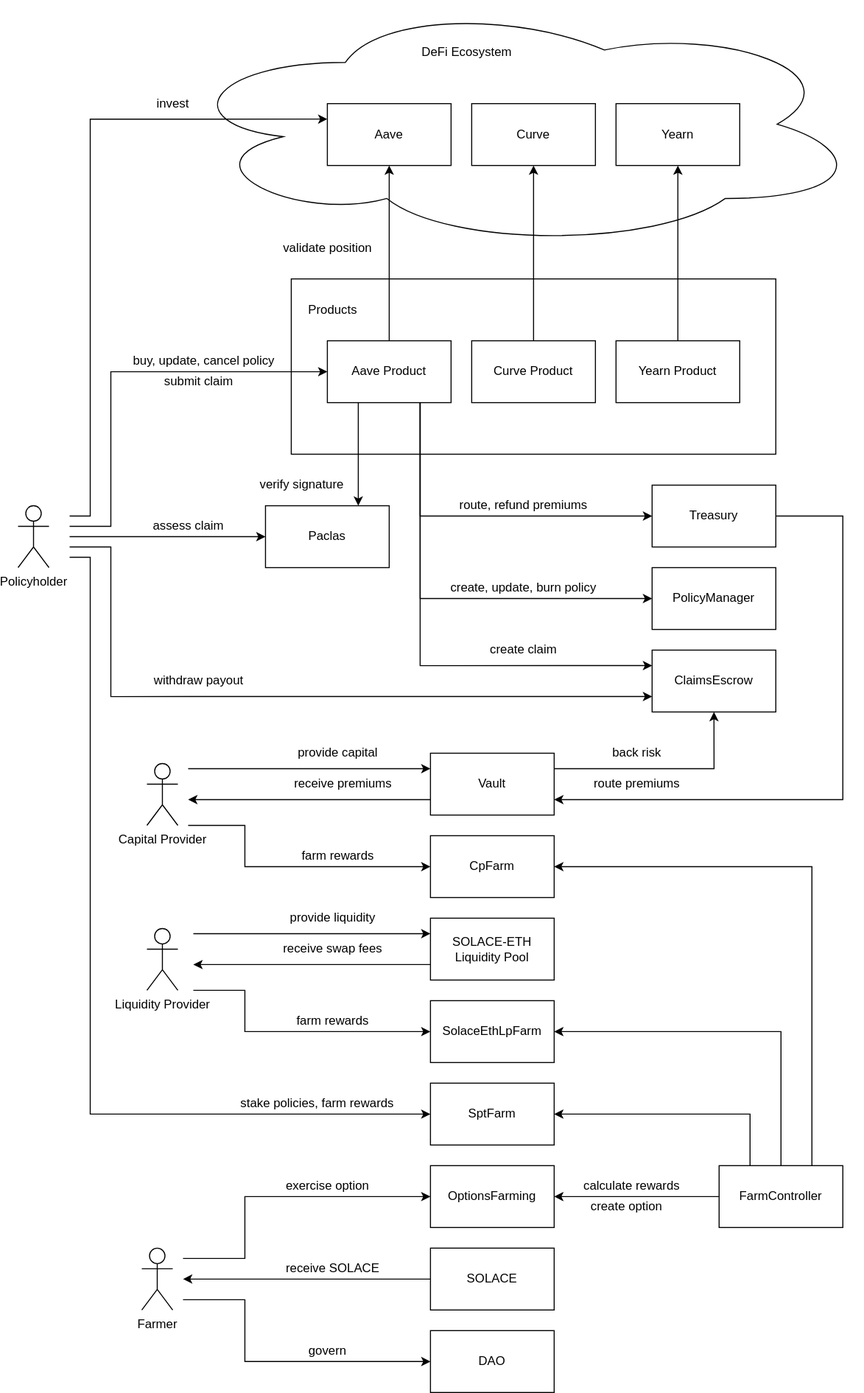
Earlier version of the draw.io export architecture_diagram.svg (solace-fi/solace-core). Source tidied: cells renumbered, new cells last; positions are measured from the earlier drawing's top-left corner, leaving out a move shared by most shapes.
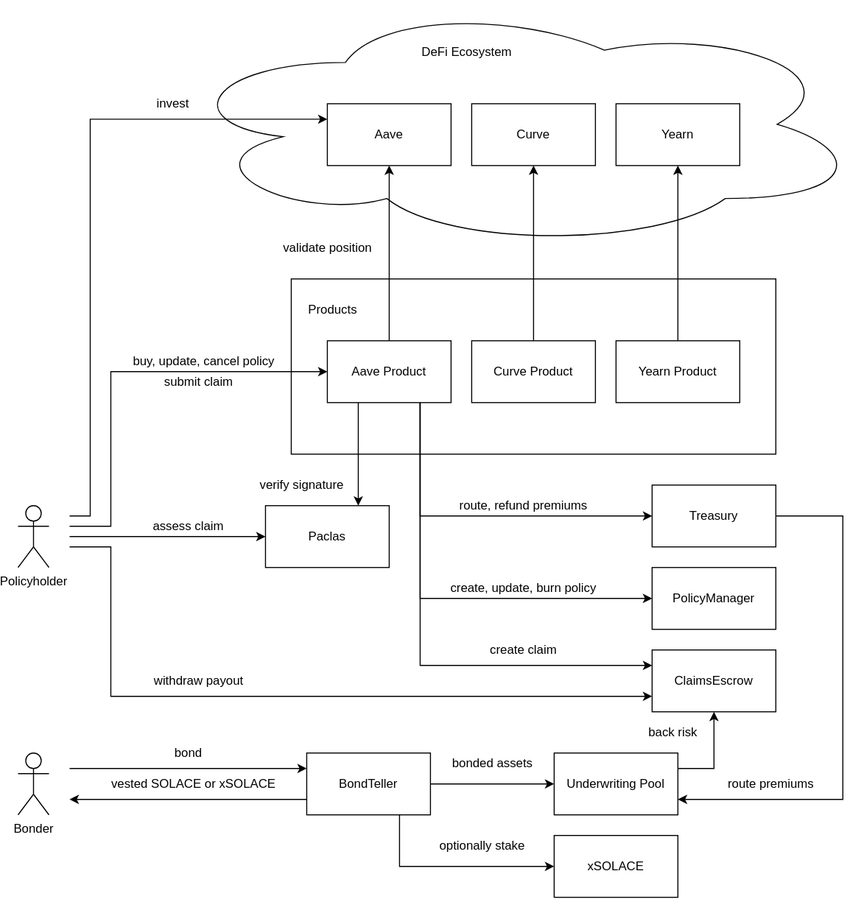
The same file after the commit.

Commit message:
chore/readme: update architecture diagram to v1.1.0

The edit, as a diff of the source:
```diff
@@ -44,15 +44,6 @@
         </Array>
       </mxGeometry>
     </mxCell>
-    <mxCell id="8" style="edgeStyle=orthogonalEdgeStyle;rounded=0;jettySize=auto;html=1;entryX=0;entryY=0.5;entryDx=0;entryDy=0;" parent="1" edge="1" target="75">
-      <mxGeometry relative="1" as="geometry">
-        <mxPoint x="50" y="540" as="sourcePoint" />
-        <Array as="points">
-          <mxPoint x="70" y="540" />
-          <mxPoint x="70" y="1080" />
-        </Array>
-      </mxGeometry>
-    </mxCell>
     <mxCell id="9" value="Policyholder" style="shape=umlActor;verticalLabelPosition=bottom;verticalAlign=top;html=1;" parent="1" vertex="1">
       <mxGeometry y="490" width="30" height="60" as="geometry" />
     </mxCell>
@@ -115,15 +106,6 @@
     <mxCell id="27" value="assess claim" style="text;html=1;align=center;verticalAlign=middle;" parent="1" vertex="1">
       <mxGeometry x="125" y="500" width="80" height="20" as="geometry" />
     </mxCell>
-    <mxCell id="28" style="edgeStyle=orthogonalEdgeStyle;rounded=0;jettySize=auto;html=1;exitX=0;exitY=0.75;exitDx=0;exitDy=0;" parent="1" edge="1" source="30">
-      <mxGeometry relative="1" as="geometry">
-        <mxPoint x="165" y="775" as="targetPoint" />
-        <Array as="points">
-          <mxPoint x="220" y="775" />
-          <mxPoint x="220" y="775" />
-        </Array>
-      </mxGeometry>
-    </mxCell>
     <mxCell id="29" style="edgeStyle=orthogonalEdgeStyle;rounded=0;jettySize=auto;html=1;exitX=1;exitY=0.25;exitDx=0;exitDy=0;entryX=0.5;entryY=1;entryDx=0;entryDy=0;" parent="1" edge="1" source="30" target="21">
       <mxGeometry relative="1" as="geometry">
         <Array as="points">
@@ -131,32 +113,23 @@
         </Array>
       </mxGeometry>
     </mxCell>
-    <mxCell id="30" value="Vault" style="rounded=0;whiteSpace=wrap;html=1;" parent="1" vertex="1">
-      <mxGeometry x="400" y="730" width="120" height="60" as="geometry" />
+    <mxCell id="30" value="Underwriting Pool" style="rounded=0;whiteSpace=wrap;html=1;" parent="1" vertex="1">
+      <mxGeometry x="520" y="730" width="120" height="60" as="geometry" />
     </mxCell>
     <mxCell id="31" value="back risk" style="text;html=1;align=center;verticalAlign=middle;" parent="1" vertex="1">
-      <mxGeometry x="570" y="720" width="60" height="20" as="geometry" />
+      <mxGeometry x="605" y="700" width="60" height="20" as="geometry" />
     </mxCell>
-    <mxCell id="32" style="edgeStyle=orthogonalEdgeStyle;rounded=0;jettySize=auto;html=1;entryX=0;entryY=0.25;entryDx=0;entryDy=0;" parent="1" edge="1" target="30">
-      <mxGeometry relative="1" as="geometry">
-        <mxPoint x="165" y="745" as="sourcePoint" />
-        <Array as="points">
-          <mxPoint x="210" y="745" />
-          <mxPoint x="210" y="745" />
-        </Array>
-      </mxGeometry>
-    </mxCell>
-    <mxCell id="33" style="edgeStyle=orthogonalEdgeStyle;rounded=0;jettySize=auto;html=1;entryX=0;entryY=0.5;entryDx=0;entryDy=0;" parent="1" edge="1" target="48">
+    <mxCell id="33" style="edgeStyle=orthogonalEdgeStyle;rounded=0;jettySize=auto;html=1;entryX=0;entryY=0.25;entryDx=0;entryDy=0;" parent="1" edge="1" target="48">
       <mxGeometry relative="1" as="geometry">
-        <mxPoint x="165" y="800" as="sourcePoint" />
+        <mxPoint x="50" y="745" as="sourcePoint" />
         <Array as="points">
-          <mxPoint x="220" y="800" />
-          <mxPoint x="220" y="840" />
+          <mxPoint x="70" y="745" />
+          <mxPoint x="70" y="745" />
         </Array>
       </mxGeometry>
     </mxCell>
-    <mxCell id="34" value="Capital Provider" style="shape=umlActor;verticalLabelPosition=bottom;verticalAlign=top;html=1;" parent="1" vertex="1">
-      <mxGeometry x="125" y="740" width="30" height="60" as="geometry" />
+    <mxCell id="34" value="Bonder" style="shape=umlActor;verticalLabelPosition=bottom;verticalAlign=top;html=1;" parent="1" vertex="1">
+      <mxGeometry y="730" width="30" height="60" as="geometry" />
     </mxCell>
     <mxCell id="35" value="Products" style="text;html=1;align=center;verticalAlign=middle;strokeColor=none;" parent="1" vertex="1">
       <mxGeometry x="275" y="290" width="60" height="20" as="geometry" />
@@ -189,7 +162,7 @@
       <mxGeometry x="225" y="460" width="100" height="20" as="geometry" />
     </mxCell>
     <mxCell id="45" value="route premiums" style="text;html=1;align=center;verticalAlign=middle;strokeColor=none;" parent="1" vertex="1">
-      <mxGeometry x="550" y="750" width="100" height="20" as="geometry" />
+      <mxGeometry x="680" y="750" width="100" height="20" as="geometry" />
     </mxCell>
     <mxCell id="46" value="create claim" style="text;html=1;align=center;verticalAlign=middle;strokeColor=none;fillColor=none;" parent="1" vertex="1">
       <mxGeometry x="450" y="620" width="80" height="20" as="geometry" />
@@ -197,137 +170,34 @@
     <mxCell id="47" value="withdraw payout" style="text;html=1;align=center;verticalAlign=middle;strokeColor=none;fillColor=none;" parent="1" vertex="1">
       <mxGeometry x="125" y="650" width="100" height="20" as="geometry" />
     </mxCell>
+    <mxCell id="80" style="edgeStyle=orthogonalEdgeStyle;rounded=0;jettySize=auto;html=1;exitX=0.75;exitY=1;exitDx=0;exitDy=0;entryX=0;entryY=0.5;entryDx=0;entryDy=0;" parent="1" edge="1" source="48" target="65">
+      <mxGeometry relative="1" as="geometry" />
+    </mxCell>
+    <mxCell id="81" style="edgeStyle=orthogonalEdgeStyle;rounded=0;jettySize=auto;html=1;exitX=1;exitY=0.5;exitDx=0;exitDy=0;entryX=0;entryY=0.5;entryDx=0;entryDy=0;" parent="1" edge="1" source="48" target="30">
+      <mxGeometry relative="1" as="geometry" />
+    </mxCell>
+    <mxCell id="82" style="edgeStyle=orthogonalEdgeStyle;rounded=0;jettySize=auto;html=1;exitX=0;exitY=0.75;exitDx=0;exitDy=0;" parent="1" edge="1" source="48">
+      <mxGeometry relative="1" as="geometry">
+        <mxPoint x="50" y="775" as="targetPoint" />
+      </mxGeometry>
+    </mxCell>
-    <mxCell id="48" value="CpFarm" style="rounded=0;whiteSpace=wrap;html=1;" parent="1" vertex="1">
-      <mxGeometry x="400" y="810" width="120" height="60" as="geometry" />
+    <mxCell id="48" value="BondTeller" style="rounded=0;whiteSpace=wrap;html=1;" parent="1" vertex="1">
+      <mxGeometry x="280" y="730" width="120" height="60" as="geometry" />
     </mxCell>
-    <mxCell id="49" value="provide capital" style="text;html=1;align=center;verticalAlign=middle;strokeColor=none;fillColor=none;" parent="1" vertex="1">
-      <mxGeometry x="265" y="720" width="90" height="20" as="geometry" />
-    </mxCell>
-    <mxCell id="50" value="receive premiums" style="text;html=1;align=center;verticalAlign=middle;strokeColor=none;fillColor=none;" parent="1" vertex="1">
-      <mxGeometry x="260" y="750" width="110" height="20" as="geometry" />
-    </mxCell>
-    <mxCell id="51" value="farm rewards" style="text;html=1;align=center;verticalAlign=middle;strokeColor=none;fillColor=none;" parent="1" vertex="1">
-      <mxGeometry x="265" y="820" width="90" height="20" as="geometry" />
+    <mxCell id="51" value="bond" style="text;html=1;align=center;verticalAlign=middle;strokeColor=none;fillColor=none;" parent="1" vertex="1">
+      <mxGeometry x="145" y="720" width="40" height="20" as="geometry" />
     </mxCell>
-    <mxCell id="52" style="edgeStyle=orthogonalEdgeStyle;rounded=0;jettySize=auto;html=1;exitX=0;exitY=0.75;exitDx=0;exitDy=0;" parent="1" edge="1" source="53">
-      <mxGeometry relative="1" as="geometry">
-        <mxPoint x="170" y="935" as="targetPoint" />
-        <Array as="points">
-          <mxPoint x="220" y="935" />
-          <mxPoint x="220" y="935" />
-        </Array>
-      </mxGeometry>
-    </mxCell>
-    <mxCell id="53" value="SOLACE-ETH Liquidity Pool" style="rounded=0;whiteSpace=wrap;html=1;" parent="1" vertex="1">
-      <mxGeometry x="400" y="890" width="120" height="60" as="geometry" />
-    </mxCell>
-    <mxCell id="54" style="edgeStyle=orthogonalEdgeStyle;rounded=0;jettySize=auto;html=1;entryX=0;entryY=0.25;entryDx=0;entryDy=0;" parent="1" edge="1" target="53">
-      <mxGeometry relative="1" as="geometry">
-        <mxPoint x="170" y="905" as="sourcePoint" />
-        <Array as="points">
-          <mxPoint x="220" y="905" />
-          <mxPoint x="220" y="905" />
-        </Array>
-      </mxGeometry>
-    </mxCell>
-    <mxCell id="55" style="edgeStyle=orthogonalEdgeStyle;rounded=0;jettySize=auto;html=1;entryX=0;entryY=0.5;entryDx=0;entryDy=0;" parent="1" edge="1" target="57">
-      <mxGeometry relative="1" as="geometry">
-        <mxPoint x="170" y="960" as="sourcePoint" />
-        <Array as="points">
-          <mxPoint x="220" y="960" />
-          <mxPoint x="220" y="1000" />
-        </Array>
-      </mxGeometry>
-    </mxCell>
-    <mxCell id="56" value="Liquidity Provider" style="shape=umlActor;verticalLabelPosition=bottom;verticalAlign=top;html=1;" parent="1" vertex="1">
-      <mxGeometry x="125" y="900" width="30" height="60" as="geometry" />
-    </mxCell>
-    <mxCell id="57" value="SolaceEthLpFarm" style="rounded=0;whiteSpace=wrap;html=1;" parent="1" vertex="1">
-      <mxGeometry x="400" y="970" width="120" height="60" as="geometry" />
-    </mxCell>
-    <mxCell id="58" value="provide liquidity" style="text;html=1;align=center;verticalAlign=middle;strokeColor=none;fillColor=none;" parent="1" vertex="1">
-      <mxGeometry x="255" y="880" width="100" height="20" as="geometry" />
-    </mxCell>
-    <mxCell id="59" value="receive swap fees" style="text;html=1;align=center;verticalAlign=middle;strokeColor=none;fillColor=none;" parent="1" vertex="1">
-      <mxGeometry x="250" y="910" width="110" height="20" as="geometry" />
-    </mxCell>
-    <mxCell id="60" value="farm rewards" style="text;html=1;align=center;verticalAlign=middle;strokeColor=none;fillColor=none;" parent="1" vertex="1">
-      <mxGeometry x="260" y="980" width="90" height="20" as="geometry" />
-    </mxCell>
-    <mxCell id="61" style="edgeStyle=orthogonalEdgeStyle;rounded=0;jettySize=auto;html=1;exitX=0;exitY=0.5;exitDx=0;exitDy=0;entryX=1;entryY=0.5;entryDx=0;entryDy=0;" parent="1" edge="1" source="65" target="66">
-      <mxGeometry relative="1" as="geometry" />
-    </mxCell>
-    <mxCell id="62" style="edgeStyle=orthogonalEdgeStyle;rounded=0;jettySize=auto;html=1;exitX=0.25;exitY=0;exitDx=0;exitDy=0;entryX=1;entryY=0.5;entryDx=0;entryDy=0;" parent="1" edge="1" source="65" target="75">
-      <mxGeometry relative="1" as="geometry" />
-    </mxCell>
-    <mxCell id="63" style="edgeStyle=orthogonalEdgeStyle;rounded=0;jettySize=auto;html=1;exitX=0.5;exitY=0;exitDx=0;exitDy=0;entryX=1;entryY=0.5;entryDx=0;entryDy=0;" parent="1" edge="1" source="65" target="57">
-      <mxGeometry relative="1" as="geometry" />
-    </mxCell>
-    <mxCell id="64" style="edgeStyle=orthogonalEdgeStyle;rounded=0;jettySize=auto;html=1;exitX=0.75;exitY=0;exitDx=0;exitDy=0;entryX=1;entryY=0.5;entryDx=0;entryDy=0;" parent="1" edge="1" source="65" target="48">
-      <mxGeometry relative="1" as="geometry" />
-    </mxCell>
-    <mxCell id="65" value="FarmController" style="rounded=0;whiteSpace=wrap;html=1;" parent="1" vertex="1">
-      <mxGeometry x="680" y="1130" width="120" height="60" as="geometry" />
+    <mxCell id="65" value="xSOLACE" style="rounded=0;whiteSpace=wrap;html=1;" parent="1" vertex="1">
+      <mxGeometry x="520" y="810" width="120" height="60" as="geometry" />
     </mxCell>
-    <mxCell id="66" value="OptionsFarming" style="rounded=0;whiteSpace=wrap;html=1;" parent="1" vertex="1">
-      <mxGeometry x="400" y="1130" width="120" height="60" as="geometry" />
-    </mxCell>
-    <mxCell id="67" style="edgeStyle=orthogonalEdgeStyle;rounded=0;jettySize=auto;html=1;exitX=0;exitY=0.5;exitDx=0;exitDy=0;" parent="1" edge="1" source="71">
-      <mxGeometry relative="1" as="geometry">
-        <mxPoint x="160" y="1240" as="targetPoint" />
-        <Array as="points">
-          <mxPoint x="265" y="1240" />
-          <mxPoint x="265" y="1240" />
-        </Array>
-      </mxGeometry>
-    </mxCell>
-    <mxCell id="68" style="edgeStyle=orthogonalEdgeStyle;rounded=0;jettySize=auto;html=1;entryX=0;entryY=0.5;entryDx=0;entryDy=0;" parent="1" edge="1" target="73">
-      <mxGeometry relative="1" as="geometry">
-        <mxPoint x="160" y="1260" as="sourcePoint" />
-        <Array as="points">
-          <mxPoint x="220" y="1260" />
-          <mxPoint x="220" y="1320" />
-        </Array>
-      </mxGeometry>
-    </mxCell>
-    <mxCell id="69" style="edgeStyle=orthogonalEdgeStyle;rounded=0;jettySize=auto;html=1;entryX=0;entryY=0.5;entryDx=0;entryDy=0;" parent="1" edge="1" target="66">
-      <mxGeometry relative="1" as="geometry">
-        <mxPoint x="160" y="1220" as="sourcePoint" />
-        <Array as="points">
-          <mxPoint x="220" y="1220" />
-          <mxPoint x="220" y="1160" />
-        </Array>
-      </mxGeometry>
-    </mxCell>
-    <mxCell id="70" value="Farmer" style="shape=umlActor;verticalLabelPosition=bottom;verticalAlign=top;html=1;" parent="1" vertex="1">
-      <mxGeometry x="120" y="1210" width="30" height="60" as="geometry" />
-    </mxCell>
-    <mxCell id="71" value="SOLACE" style="rounded=0;whiteSpace=wrap;html=1;" parent="1" vertex="1">
-      <mxGeometry x="400" y="1210" width="120" height="60" as="geometry" />
-    </mxCell>
-    <mxCell id="72" value="receive SOLACE" style="text;html=1;align=center;verticalAlign=middle;strokeColor=none;fillColor=none;" parent="1" vertex="1">
-      <mxGeometry x="250" y="1220" width="110" height="20" as="geometry" />
-    </mxCell>
-    <mxCell id="73" value="DAO" style="rounded=0;whiteSpace=wrap;html=1;" parent="1" vertex="1">
-      <mxGeometry x="400" y="1290" width="120" height="60" as="geometry" />
-    </mxCell>
-    <mxCell id="74" value="govern" style="text;html=1;align=center;verticalAlign=middle;strokeColor=none;fillColor=none;" parent="1" vertex="1">
-      <mxGeometry x="275" y="1300" width="50" height="20" as="geometry" />
-    </mxCell>
-    <mxCell id="75" value="SptFarm" style="rounded=0;whiteSpace=wrap;html=1;" parent="1" vertex="1">
-      <mxGeometry x="400" y="1050" width="120" height="60" as="geometry" />
-    </mxCell>
-    <mxCell id="76" value="stake policies, farm rewards" style="text;html=1;align=center;verticalAlign=middle;strokeColor=none;fillColor=none;" parent="1" vertex="1">
-      <mxGeometry x="210" y="1060" width="160" height="20" as="geometry" />
-    </mxCell>
-    <mxCell id="77" value="create option" style="text;html=1;align=center;verticalAlign=middle;strokeColor=none;fillColor=none;" parent="1" vertex="1">
-      <mxGeometry x="550" y="1160" width="80" height="20" as="geometry" />
-    </mxCell>
-    <mxCell id="78" value="calculate rewards" style="text;html=1;align=center;verticalAlign=middle;strokeColor=none;fillColor=none;" parent="1" vertex="1">
-      <mxGeometry x="540" y="1140" width="110" height="20" as="geometry" />
-    </mxCell>
-    <mxCell id="79" value="exercise option" style="text;html=1;align=center;verticalAlign=middle;strokeColor=none;fillColor=none;" parent="1" vertex="1">
-      <mxGeometry x="250" y="1140" width="100" height="20" as="geometry" />
-    </mxCell>
+    <mxCell id="83" value="vested SOLACE or xSOLACE" style="text;html=1;align=center;verticalAlign=middle;strokeColor=none;fillColor=none;" parent="1" vertex="1">
+      <mxGeometry x="85" y="750" width="170" height="20" as="geometry" />
+    </mxCell>
+    <mxCell id="84" value="bonded assets" style="text;html=1;align=center;verticalAlign=middle;strokeColor=none;fillColor=none;" parent="1" vertex="1">
+      <mxGeometry x="415" y="730" width="90" height="20" as="geometry" />
+    </mxCell>
+    <mxCell id="85" value="optionally stake" style="text;html=1;align=center;verticalAlign=middle;strokeColor=none;fillColor=none;" parent="1" vertex="1">
+      <mxGeometry x="400" y="810" width="100" height="20" as="geometry" />
+    </mxCell>
   </root>
 </mxGraphModel>
```
